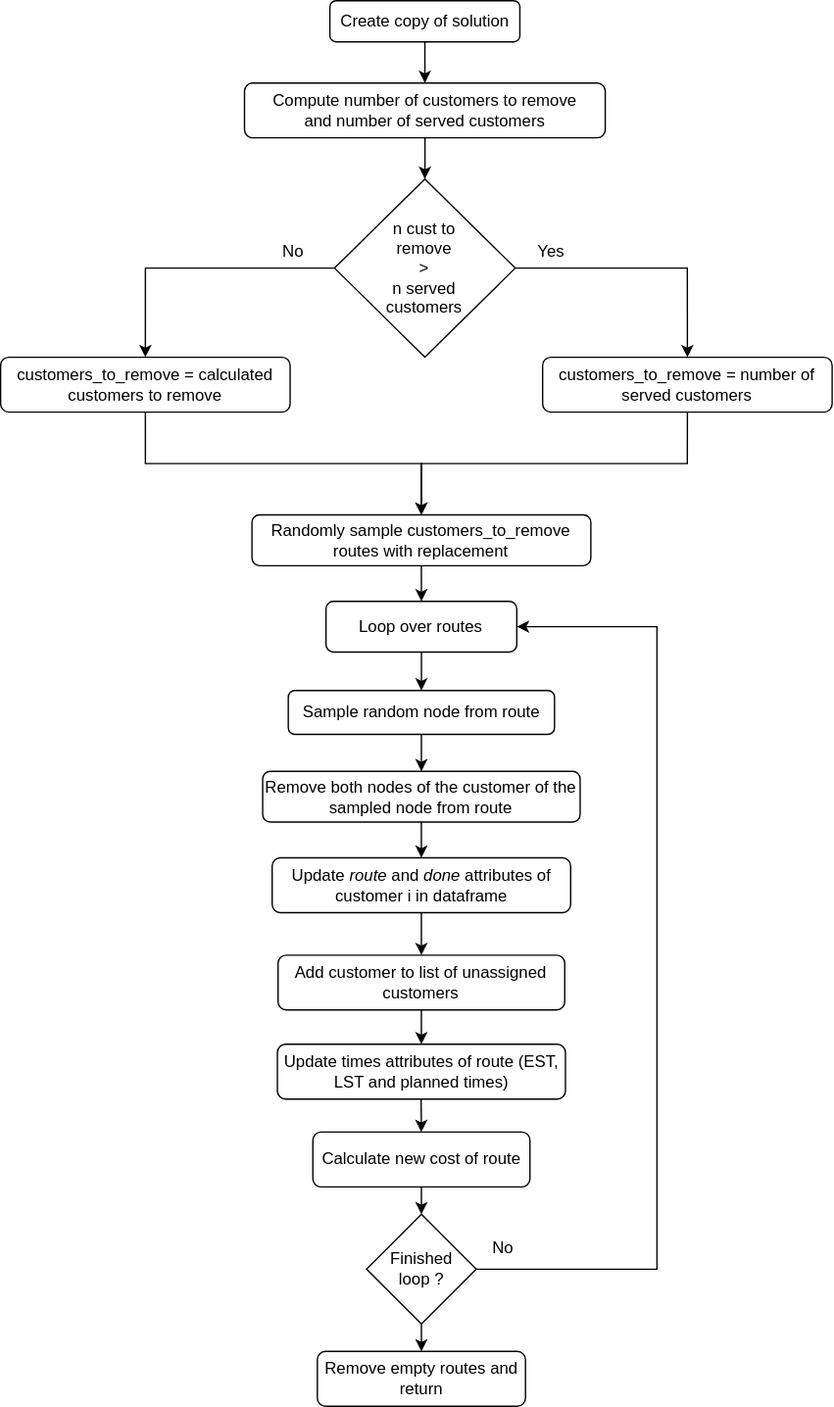
Above: docs/figures/random_route_removal.svg in pettepiero/Dial-a-ride (draw.io), before the change. Source tidied: cells renumbered, new cells last; positions are measured from the earlier drawing's top-left corner, leaving out a move shared by most shapes.
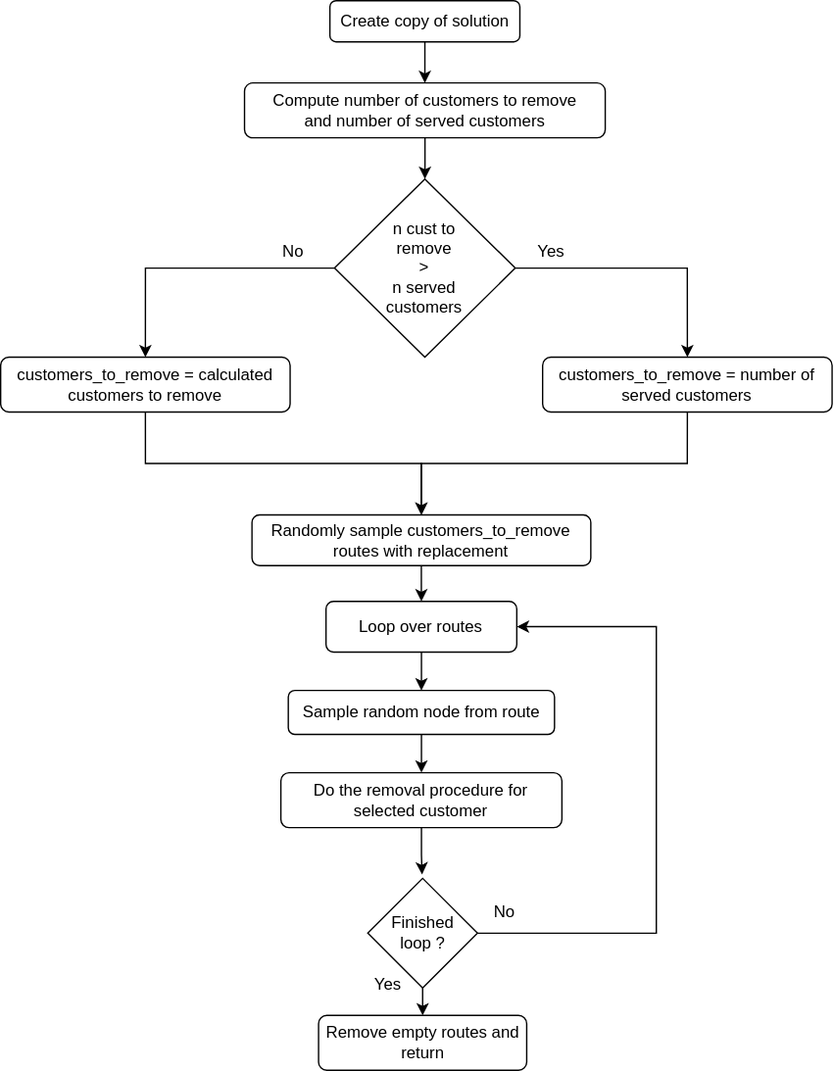
After the change.

Commit message:
Fixed cost reducing removal

Change to the diagram source:
```diff
@@ -20,69 +20,37 @@
     <mxCell id="7" value="Loop over routes" style="rounded=1;whiteSpace=wrap;html=1;fillColor=none;" parent="1" vertex="1">
       <mxGeometry x="237.2" y="438" width="139.1" height="37" as="geometry" />
     </mxCell>
-    <mxCell id="8" style="edgeStyle=orthogonalEdgeStyle;rounded=0;jettySize=auto;html=1;exitX=0.5;exitY=1;exitDx=0;exitDy=0;entryX=0.5;entryY=0;entryDx=0;entryDy=0;" parent="1" edge="1" source="9" target="10">
-      <mxGeometry relative="1" as="geometry" />
-    </mxCell>
+    <mxCell id="36" style="edgeStyle=orthogonalEdgeStyle;rounded=0;jettySize=auto;html=1;" parent="1" edge="1" source="9" target="38">
+      <mxGeometry relative="1" as="geometry" />
+    </mxCell>
     <mxCell id="9" value="Sample random node from route" style="rounded=1;whiteSpace=wrap;html=1;fillColor=none;" parent="1" vertex="1">
       <mxGeometry x="209.7" y="503" width="194.1" height="32" as="geometry" />
     </mxCell>
-    <mxCell id="10" value="Remove both nodes of the customer of the sampled node from route" style="rounded=1;whiteSpace=wrap;html=1;fillColor=none;" parent="1" vertex="1">
-      <mxGeometry x="191" y="562" width="231.4" height="37" as="geometry" />
-    </mxCell>
     <mxCell id="11" style="edgeStyle=orthogonalEdgeStyle;rounded=0;jettySize=auto;html=1;entryX=0.5;entryY=0;entryDx=0;entryDy=0;" parent="1" edge="1" source="12" target="7">
       <mxGeometry relative="1" as="geometry" />
     </mxCell>
     <mxCell id="12" value="Randomly sample customers_to_remove routes with replacement" style="rounded=1;whiteSpace=wrap;html=1;fillColor=none;" parent="1" vertex="1">
       <mxGeometry x="183.2" y="375" width="247" height="37" as="geometry" />
     </mxCell>
-    <mxCell id="13" style="edgeStyle=orthogonalEdgeStyle;rounded=0;jettySize=auto;html=1;entryX=0.5;entryY=0;entryDx=0;entryDy=0;" parent="1" edge="1" source="14" target="15">
-      <mxGeometry relative="1" as="geometry" />
-    </mxCell>
-    <mxCell id="14" value="Add customer to list of unassigned customers" style="rounded=1;whiteSpace=wrap;html=1;fillColor=none;" parent="1" vertex="1">
-      <mxGeometry x="202.2" y="696" width="209" height="40" as="geometry" />
-    </mxCell>
-    <mxCell id="15" value="Update times attributes of route (EST, LST and planned times)" style="rounded=1;whiteSpace=wrap;html=1;fillColor=none;" parent="1" vertex="1">
-      <mxGeometry x="201.7" y="761" width="210" height="40" as="geometry" />
-    </mxCell>
-    <mxCell id="16" style="edgeStyle=orthogonalEdgeStyle;rounded=0;jettySize=auto;html=1;entryX=0.5;entryY=0;entryDx=0;entryDy=0;" parent="1" edge="1" source="10" target="19">
-      <mxGeometry relative="1" as="geometry" />
-    </mxCell>
-    <mxCell id="17" style="endArrow=classic;html=1;rounded=0;entryX=0.5;entryY=0;entryDx=0;entryDy=0;" parent="1" edge="1" target="21">
-      <mxGeometry relative="1" as="geometry">
-        <mxPoint x="306.5" y="801" as="sourcePoint" />
-      </mxGeometry>
-    </mxCell>
-    <mxCell id="18" style="edgeStyle=orthogonalEdgeStyle;rounded=0;jettySize=auto;html=1;entryX=0.5;entryY=0;entryDx=0;entryDy=0;" parent="1" edge="1" source="19" target="14">
-      <mxGeometry relative="1" as="geometry" />
-    </mxCell>
-    <mxCell id="19" value="Update&lt;i&gt; route &lt;/i&gt;and &lt;i&gt;done&lt;/i&gt; attributes of customer i in dataframe" style="rounded=1;whiteSpace=wrap;html=1;fillColor=none;" parent="1" vertex="1">
-      <mxGeometry x="197.9" y="625" width="217.6" height="40" as="geometry" />
-    </mxCell>
-    <mxCell id="20" style="edgeStyle=orthogonalEdgeStyle;rounded=0;jettySize=auto;html=1;exitX=0.5;exitY=1;exitDx=0;exitDy=0;entryX=0.5;entryY=0;entryDx=0;entryDy=0;" parent="1" edge="1" source="21" target="24">
-      <mxGeometry relative="1" as="geometry" />
-    </mxCell>
-    <mxCell id="21" value="Calculate new cost of route" style="rounded=1;whiteSpace=wrap;html=1;fillColor=none;" parent="1" vertex="1">
-      <mxGeometry x="227.6" y="825" width="158.3" height="40" as="geometry" />
-    </mxCell>
     <mxCell id="22" style="edgeStyle=orthogonalEdgeStyle;rounded=0;jettySize=auto;html=1;exitX=0.5;exitY=1;exitDx=0;exitDy=0;entryX=0.5;entryY=0;entryDx=0;entryDy=0;" parent="1" edge="1" source="24" target="26">
       <mxGeometry relative="1" as="geometry" />
     </mxCell>
     <mxCell id="23" style="edgeStyle=orthogonalEdgeStyle;rounded=0;jettySize=auto;html=1;exitX=1;exitY=0.5;exitDx=0;exitDy=0;entryX=1;entryY=0.5;entryDx=0;entryDy=0;" parent="1" edge="1" source="24" target="7">
       <mxGeometry relative="1" as="geometry">
         <Array as="points">
-          <mxPoint x="478.5" y="925" />
-          <mxPoint x="478.5" y="457" />
+          <mxPoint x="478" y="680" />
+          <mxPoint x="478" y="457" />
         </Array>
       </mxGeometry>
     </mxCell>
     <mxCell id="24" value="Finished &lt;br&gt;loop ?" style="rhombus;whiteSpace=wrap;html=1;fillColor=none;" parent="1" vertex="1">
-      <mxGeometry x="266.7" y="885" width="80" height="80" as="geometry" />
+      <mxGeometry x="267.6" y="640" width="80" height="80" as="geometry" />
     </mxCell>
     <mxCell id="25" value="&lt;div&gt;No&lt;/div&gt;" style="text;html=1;align=center;verticalAlign=middle;strokeColor=none;fillColor=none;" parent="1" vertex="1">
-      <mxGeometry x="345.9" y="895" width="40" height="30" as="geometry" />
+      <mxGeometry x="346.8" y="650" width="40" height="30" as="geometry" />
     </mxCell>
     <mxCell id="26" value="Remove empty routes and return" style="rounded=1;whiteSpace=wrap;html=1;fillColor=none;" parent="1" vertex="1">
-      <mxGeometry x="230.8" y="985" width="151.8" height="40" as="geometry" />
+      <mxGeometry x="231.7" y="740" width="151.8" height="40" as="geometry" />
     </mxCell>
     <mxCell id="27" style="edgeStyle=orthogonalEdgeStyle;rounded=0;jettySize=auto;html=1;exitX=0;exitY=0.5;exitDx=0;exitDy=0;entryX=0.5;entryY=0;entryDx=0;entryDy=0;" parent="1" edge="1" source="29" target="31">
       <mxGeometry relative="1" as="geometry" />
@@ -111,5 +79,14 @@
     <mxCell id="35" value="No" style="text;html=1;align=center;verticalAlign=middle;strokeColor=none;fillColor=none;" parent="1" vertex="1">
       <mxGeometry x="193.4" y="168" width="40" height="30" as="geometry" />
     </mxCell>
+    <mxCell id="37" value="Yes" style="text;html=1;align=center;verticalAlign=middle;strokeColor=none;fillColor=none;" parent="1" vertex="1">
+      <mxGeometry x="261.9" y="703" width="40" height="30" as="geometry" />
+    </mxCell>
+    <mxCell id="38" value="Do the removal procedure for selected customer" style="rounded=1;whiteSpace=wrap;html=1;fillColor=none;" parent="1" vertex="1">
+      <mxGeometry x="204.2" y="563" width="204.9" height="40" as="geometry" />
+    </mxCell>
+    <mxCell id="39" style="edgeStyle=orthogonalEdgeStyle;rounded=0;jettySize=auto;html=1;entryX=0.495;entryY=-0.035;entryDx=0;entryDy=0;entryPerimeter=0;" parent="1" edge="1" source="38" target="24">
+      <mxGeometry relative="1" as="geometry" />
+    </mxCell>
   </root>
 </mxGraphModel>
```
